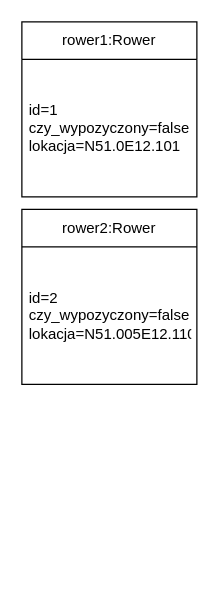
Earlier version of the draw.io diagram DiagramObiektow.drawio (KarolinaPiechowicz05/2024-12-31). Source tidied: cells renumbered, new cells numbered last; positions are measured from the earlier drawing's top-left corner, leaving out a move shared by most shapes. Both pictures are drawn from the tidied source at 125%, with x=0, y=0 at pixel (21, 21).
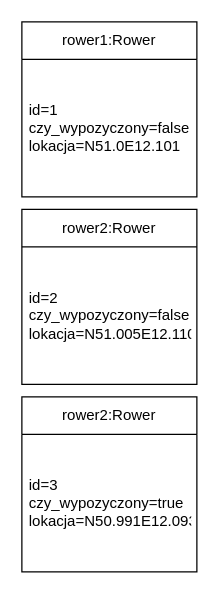
The same diagram, later.

Diff of the diagram source:
```diff
@@
 <mxGraphModel>
   <root>
     <mxCell id="0" />
     <mxCell id="1" parent="0" />
     <mxCell id="2" value="rower1:Rower" style="swimlane;fontStyle=0;horizontal=1;startSize=30;whiteSpace=wrap;html=1;" parent="1" vertex="1">
       <mxGeometry width="140" height="140" as="geometry" />
     </mxCell>
     <mxCell id="3" value="id=1&lt;br&gt;czy_wypozyczony=false&lt;br&gt;lokacja=N51.0E12.101" style="text;strokeColor=none;fillColor=none;align=left;verticalAlign=middle;spacingLeft=4;spacingRight=4;overflow=hidden;whiteSpace=wrap;html=1;" parent="2" vertex="1">
       <mxGeometry y="30" width="140" height="110" as="geometry" />
     </mxCell>
     <mxCell id="4" value="rower2:Rower" style="swimlane;fontStyle=0;horizontal=1;startSize=30;whiteSpace=wrap;html=1;" parent="1" vertex="1">
       <mxGeometry y="150" width="140" height="140" as="geometry" />
     </mxCell>
     <mxCell id="5" value="id=2&lt;br&gt;czy_wypozyczony=false&lt;br&gt;lokacja=N51.005E12.110" style="text;strokeColor=none;fillColor=none;align=left;verticalAlign=middle;spacingLeft=4;spacingRight=4;overflow=hidden;whiteSpace=wrap;html=1;" parent="4" vertex="1">
       <mxGeometry y="30" width="140" height="110" as="geometry" />
     </mxCell>
+    <mxCell id="6" value="rower2:Rower" style="swimlane;fontStyle=0;horizontal=1;startSize=30;whiteSpace=wrap;html=1;" parent="1" vertex="1">
+      <mxGeometry y="300" width="140" height="140" as="geometry" />
+    </mxCell>
+    <mxCell id="7" value="id=3&lt;br&gt;czy_wypozyczony=true&lt;br&gt;lokacja=N50.991E12.093" style="text;strokeColor=none;fillColor=none;align=left;verticalAlign=middle;spacingLeft=4;spacingRight=4;overflow=hidden;whiteSpace=wrap;html=1;" parent="6" vertex="1">
+      <mxGeometry y="30" width="140" height="110" as="geometry" />
+    </mxCell>
   </root>
 </mxGraphModel>
```
